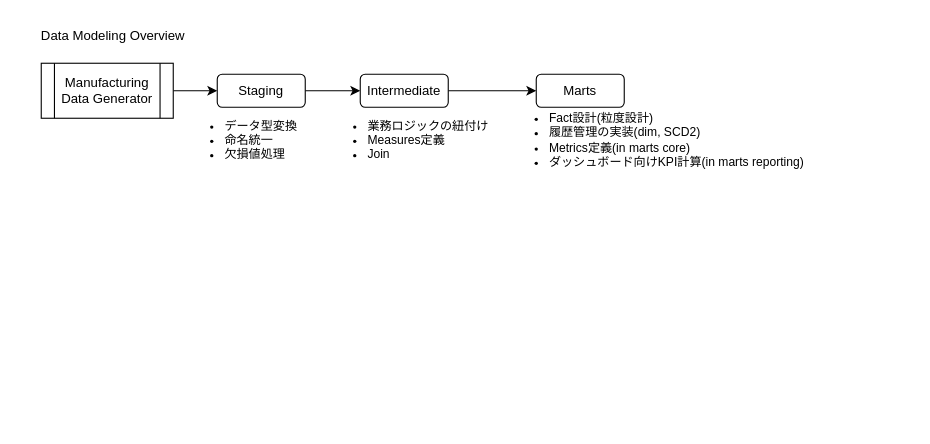
Before: docs/diagrams.drawio in tker-78/manufacturing-datawarehouse, a draw.io diagram. Source tidied: cells renumbered, new cells numbered last; positions are measured from the earlier drawing's top-left corner, leaving out a move shared by most shapes. Both pictures are drawn from the tidied source at 110%, with x=0, y=0 at pixel (30, 19).
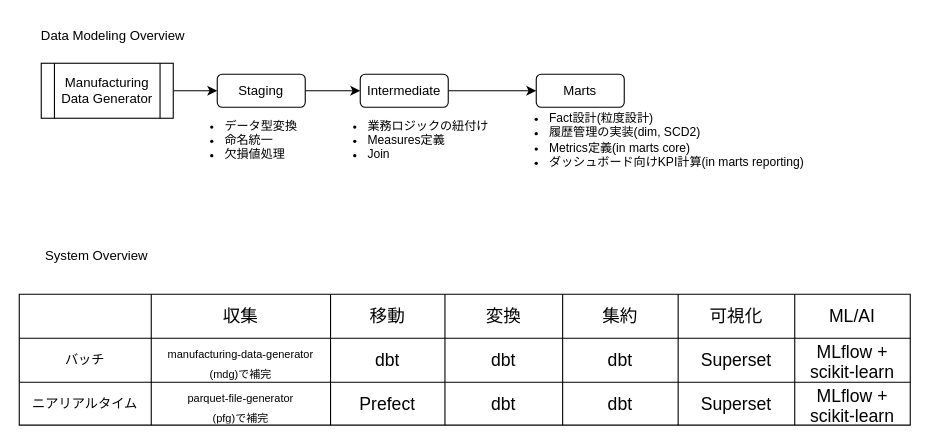
The same diagram, later.

Diff of the diagram source:
```diff
@@
+    <mxCell id="13" value="System Overview" style="text;html=1;align=center;verticalAlign=middle;strokeColor=none;fillColor=none;" parent="1" vertex="1">
+      <mxGeometry y="200" width="120" height="30" as="geometry" />
+    </mxCell>
+    <mxCell id="14" style="shape=table;startSize=0;childLayout=tableLayout;fontSize=11;" parent="1" vertex="1">
+      <mxGeometry x="-10" y="250" width="810" height="119" as="geometry" />
+    </mxCell>
+    <mxCell id="15" style="shape=tableRow;horizontal=0;startSize=0;swimlaneHead=0;swimlaneBody=0;strokeColor=inherit;top=0;left=0;bottom=0;right=0;fillColor=none;fontSize=16;" parent="14" vertex="1">
+      <mxGeometry width="810" height="40" as="geometry" />
+    </mxCell>
+    <mxCell id="16" style="shape=partialRectangle;html=1;whiteSpace=wrap;strokeColor=inherit;overflow=hidden;fillColor=none;top=0;left=0;bottom=0;right=0;fontSize=13;" parent="15" vertex="1">
+      <mxGeometry width="120" height="40" as="geometry" />
+    </mxCell>
+    <mxCell id="17" value="収集" style="shape=partialRectangle;html=1;whiteSpace=wrap;strokeColor=inherit;overflow=hidden;fillColor=none;top=0;left=0;bottom=0;right=0;fontSize=16;" parent="15" vertex="1">
+      <mxGeometry x="120" width="163" height="40" as="geometry" />
+    </mxCell>
+    <mxCell id="18" value="移動" style="shape=partialRectangle;html=1;whiteSpace=wrap;strokeColor=inherit;overflow=hidden;fillColor=none;top=0;left=0;bottom=0;right=0;fontSize=16;" parent="15" vertex="1">
+      <mxGeometry x="283" width="104" height="40" as="geometry" />
+    </mxCell>
+    <mxCell id="19" value="変換" style="shape=partialRectangle;html=1;whiteSpace=wrap;strokeColor=inherit;overflow=hidden;fillColor=none;top=0;left=0;bottom=0;right=0;fontSize=16;" parent="15" vertex="1">
+      <mxGeometry x="387" width="107" height="40" as="geometry" />
+    </mxCell>
+    <mxCell id="20" value="集約" style="shape=partialRectangle;html=1;whiteSpace=wrap;strokeColor=inherit;overflow=hidden;fillColor=none;top=0;left=0;bottom=0;right=0;fontSize=16;" parent="15" vertex="1">
+      <mxGeometry x="494" width="105" height="40" as="geometry" />
+    </mxCell>
+    <mxCell id="21" value="可視化" style="shape=partialRectangle;html=1;whiteSpace=wrap;strokeColor=inherit;overflow=hidden;fillColor=none;top=0;left=0;bottom=0;right=0;fontSize=16;" parent="15" vertex="1">
+      <mxGeometry x="599" width="106" height="40" as="geometry" />
+    </mxCell>
+    <mxCell id="22" value="ML/AI" style="shape=partialRectangle;html=1;whiteSpace=wrap;strokeColor=inherit;overflow=hidden;fillColor=none;top=0;left=0;bottom=0;right=0;fontSize=16;" parent="15" vertex="1">
+      <mxGeometry x="705" width="105" height="40" as="geometry" />
+    </mxCell>
+    <mxCell id="23" style="shape=tableRow;horizontal=0;startSize=0;swimlaneHead=0;swimlaneBody=0;strokeColor=inherit;top=0;left=0;bottom=0;right=0;fillColor=none;fontSize=16;" parent="14" vertex="1">
+      <mxGeometry y="40" width="810" height="40" as="geometry" />
+    </mxCell>
+    <mxCell id="24" value="バッチ" style="shape=partialRectangle;html=1;whiteSpace=wrap;strokeColor=inherit;overflow=hidden;fillColor=none;top=0;left=0;bottom=0;right=0;fontSize=12;" parent="23" vertex="1">
+      <mxGeometry width="120" height="40" as="geometry" />
+    </mxCell>
+    <mxCell id="25" value="&lt;font size=&quot;1&quot;&gt;manufacturing-data-generator&lt;br&gt;(mdg)で補完&lt;/font&gt;" style="shape=partialRectangle;html=1;whiteSpace=wrap;strokeColor=inherit;overflow=hidden;fillColor=none;top=0;left=0;bottom=0;right=0;fontSize=16;" parent="23" vertex="1">
+      <mxGeometry x="120" width="163" height="40" as="geometry" />
+    </mxCell>
+    <mxCell id="26" value="dbt" style="shape=partialRectangle;html=1;whiteSpace=wrap;strokeColor=inherit;overflow=hidden;fillColor=none;top=0;left=0;bottom=0;right=0;fontSize=16;" parent="23" vertex="1">
+      <mxGeometry x="283" width="104" height="40" as="geometry" />
+    </mxCell>
+    <mxCell id="27" value="dbt" style="shape=partialRectangle;html=1;whiteSpace=wrap;strokeColor=inherit;overflow=hidden;fillColor=none;top=0;left=0;bottom=0;right=0;fontSize=16;" parent="23" vertex="1">
+      <mxGeometry x="387" width="107" height="40" as="geometry" />
+    </mxCell>
+    <mxCell id="28" value="dbt" style="shape=partialRectangle;html=1;whiteSpace=wrap;strokeColor=inherit;overflow=hidden;fillColor=none;top=0;left=0;bottom=0;right=0;fontSize=16;" parent="23" vertex="1">
+      <mxGeometry x="494" width="105" height="40" as="geometry" />
+    </mxCell>
+    <mxCell id="29" value="Superset" style="shape=partialRectangle;html=1;whiteSpace=wrap;strokeColor=inherit;overflow=hidden;fillColor=none;top=0;left=0;bottom=0;right=0;fontSize=16;" parent="23" vertex="1">
+      <mxGeometry x="599" width="106" height="40" as="geometry" />
+    </mxCell>
+    <mxCell id="30" value="MLflow + scikit-learn" style="shape=partialRectangle;html=1;whiteSpace=wrap;strokeColor=inherit;overflow=hidden;fillColor=none;top=0;left=0;bottom=0;right=0;fontSize=16;" parent="23" vertex="1">
+      <mxGeometry x="705" width="105" height="40" as="geometry" />
+    </mxCell>
+    <mxCell id="31" style="shape=tableRow;horizontal=0;startSize=0;swimlaneHead=0;swimlaneBody=0;strokeColor=inherit;top=0;left=0;bottom=0;right=0;fillColor=none;fontSize=16;" parent="14" vertex="1">
+      <mxGeometry y="80" width="810" height="39" as="geometry" />
+    </mxCell>
+    <mxCell id="32" value="ニアリアルタイム" style="shape=partialRectangle;html=1;whiteSpace=wrap;strokeColor=inherit;overflow=hidden;fillColor=none;top=0;left=0;bottom=0;right=0;fontSize=12;" parent="31" vertex="1">
+      <mxGeometry width="120" height="39" as="geometry" />
+    </mxCell>
+    <mxCell id="33" value="&lt;font style=&quot;font-size: 10px;&quot;&gt;parquet-file-generator&lt;br&gt;(pfg)で補完&lt;/font&gt;" style="shape=partialRectangle;html=1;whiteSpace=wrap;strokeColor=inherit;overflow=hidden;fillColor=none;top=0;left=0;bottom=0;right=0;fontSize=16;" parent="31" vertex="1">
+      <mxGeometry x="120" width="163" height="39" as="geometry" />
+    </mxCell>
+    <mxCell id="34" value="Prefect" style="shape=partialRectangle;html=1;whiteSpace=wrap;strokeColor=inherit;overflow=hidden;fillColor=none;top=0;left=0;bottom=0;right=0;fontSize=16;" parent="31" vertex="1">
+      <mxGeometry x="283" width="104" height="39" as="geometry" />
+    </mxCell>
+    <mxCell id="35" value="dbt" style="shape=partialRectangle;html=1;whiteSpace=wrap;strokeColor=inherit;overflow=hidden;fillColor=none;top=0;left=0;bottom=0;right=0;fontSize=16;" parent="31" vertex="1">
+      <mxGeometry x="387" width="107" height="39" as="geometry" />
+    </mxCell>
+    <mxCell id="36" value="dbt" style="shape=partialRectangle;html=1;whiteSpace=wrap;strokeColor=inherit;overflow=hidden;fillColor=none;top=0;left=0;bottom=0;right=0;fontSize=16;" parent="31" vertex="1">
+      <mxGeometry x="494" width="105" height="39" as="geometry" />
+    </mxCell>
+    <mxCell id="37" value="Superset" style="shape=partialRectangle;html=1;whiteSpace=wrap;strokeColor=inherit;overflow=hidden;fillColor=none;top=0;left=0;bottom=0;right=0;fontSize=16;" parent="31" vertex="1">
+      <mxGeometry x="599" width="106" height="39" as="geometry" />
+    </mxCell>
+    <mxCell id="38" value="MLflow + scikit-learn" style="shape=partialRectangle;html=1;whiteSpace=wrap;strokeColor=inherit;overflow=hidden;fillColor=none;top=0;left=0;bottom=0;right=0;fontSize=16;" parent="31" vertex="1">
+      <mxGeometry x="705" width="105" height="39" as="geometry" />
+    </mxCell>
```
